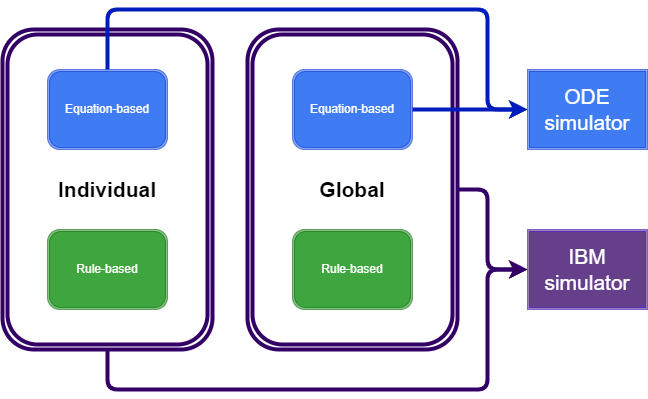
SimonHansul/EcotoxSystems.jl keeps this draw.io diagram as implementation_logic.png. Above is the earlier version. Source tidied: cells renumbered, new cells last; positions are measured from the earlier drawing's top-left corner, leaving out a move shared by most shapes.
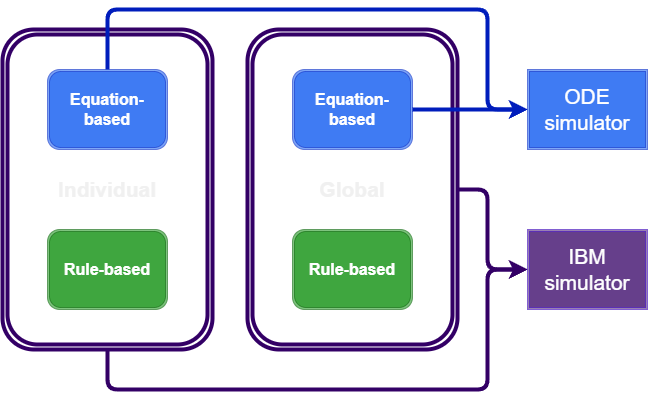
After the change.

The edit, as a diff of the source:
```diff
@@ -11,7 +11,7 @@
         </Array>
       </mxGeometry>
     </mxCell>
-    <mxCell id="3" value="Individual" style="shape=ext;double=1;rounded=1;whiteSpace=wrap;html=1;fontSize=21;fontStyle=1;fillColor=none;strokeColor=#330066;strokeWidth=4;" parent="1" vertex="1">
+    <mxCell id="3" value="Individual" style="shape=ext;double=1;rounded=1;whiteSpace=wrap;html=1;fontSize=21;fontStyle=1;fillColor=none;strokeColor=#330066;strokeWidth=4;fontColor=#F0F0F0;" parent="1" vertex="1">
       <mxGeometry y="20" width="210" height="320" as="geometry" />
     </mxCell>
     <mxCell id="4" style="edgeStyle=none;html=1;fontSize=21;entryX=0;entryY=0.5;entryDx=0;entryDy=0;fillColor=#0050ef;strokeColor=#001DBC;strokeWidth=4;" parent="1" edge="1" source="5" target="12">
@@ -23,10 +23,10 @@
         </Array>
       </mxGeometry>
     </mxCell>
-    <mxCell id="5" value="Equation-based" style="shape=ext;double=1;rounded=1;whiteSpace=wrap;html=1;fillColor=#0050ef;fontColor=#ffffff;strokeColor=#001DBC;opacity=50;" parent="1" vertex="1">
+    <mxCell id="5" value="Equation-based" style="shape=ext;double=1;rounded=1;whiteSpace=wrap;html=1;fillColor=#0050ef;fontColor=#ffffff;strokeColor=#001DBC;opacity=50;fontStyle=1;fontSize=16;" parent="1" vertex="1">
       <mxGeometry x="45" y="60" width="120" height="80" as="geometry" />
     </mxCell>
-    <mxCell id="6" value="Rule-based" style="shape=ext;double=1;rounded=1;whiteSpace=wrap;html=1;fillColor=#008a00;fontColor=#ffffff;strokeColor=#005700;opacity=50;" parent="1" vertex="1">
+    <mxCell id="6" value="Rule-based" style="shape=ext;double=1;rounded=1;whiteSpace=wrap;html=1;fillColor=#008a00;fontColor=#ffffff;strokeColor=#005700;opacity=50;fontStyle=1;fontSize=16;" parent="1" vertex="1">
       <mxGeometry x="45" y="220" width="120" height="80" as="geometry" />
     </mxCell>
     <mxCell id="7" style="edgeStyle=none;html=1;entryX=0;entryY=0.5;entryDx=0;entryDy=0;fontSize=21;fillColor=#008a00;strokeColor=#330066;strokeWidth=4;" parent="1" edge="1" source="8" target="13">
@@ -37,16 +37,16 @@
         </Array>
       </mxGeometry>
     </mxCell>
-    <mxCell id="8" value="Global" style="shape=ext;double=1;rounded=1;whiteSpace=wrap;html=1;fontSize=21;fontStyle=1;fillColor=none;strokeColor=#330066;strokeWidth=4;" parent="1" vertex="1">
+    <mxCell id="8" value="Global" style="shape=ext;double=1;rounded=1;whiteSpace=wrap;html=1;fontSize=21;fontStyle=1;fillColor=none;strokeColor=#330066;strokeWidth=4;fontColor=#F0F0F0;" parent="1" vertex="1">
       <mxGeometry x="245" y="20" width="210" height="320" as="geometry" />
     </mxCell>
     <mxCell id="9" style="edgeStyle=none;html=1;entryX=0;entryY=0.5;entryDx=0;entryDy=0;fontSize=21;fillColor=#0050ef;strokeColor=#001DBC;strokeWidth=4;" parent="1" edge="1" source="10" target="12">
       <mxGeometry relative="1" as="geometry" />
     </mxCell>
-    <mxCell id="10" value="Equation-based" style="shape=ext;double=1;rounded=1;whiteSpace=wrap;html=1;fillColor=#0050ef;fontColor=#ffffff;strokeColor=#001DBC;opacity=50;" parent="1" vertex="1">
+    <mxCell id="10" value="Equation-based" style="shape=ext;double=1;rounded=1;whiteSpace=wrap;html=1;fillColor=#0050ef;fontColor=#ffffff;strokeColor=#001DBC;opacity=50;fontStyle=1;fontSize=16;" parent="1" vertex="1">
       <mxGeometry x="290" y="60" width="120" height="80" as="geometry" />
     </mxCell>
-    <mxCell id="11" value="Rule-based" style="shape=ext;double=1;rounded=1;whiteSpace=wrap;html=1;fillColor=#008a00;fontColor=#ffffff;strokeColor=#005700;opacity=50;" parent="1" vertex="1">
+    <mxCell id="11" value="Rule-based" style="shape=ext;double=1;rounded=1;whiteSpace=wrap;html=1;fillColor=#008a00;fontColor=#ffffff;strokeColor=#005700;opacity=50;fontStyle=1;fontSize=16;" parent="1" vertex="1">
       <mxGeometry x="290" y="220" width="120" height="80" as="geometry" />
     </mxCell>
     <mxCell id="12" value="ODE simulator" style="shape=ext;double=1;rounded=0;whiteSpace=wrap;html=1;fontSize=21;fillColor=#0050ef;fontColor=#ffffff;strokeColor=#001DBC;opacity=50;" parent="1" vertex="1">
```
